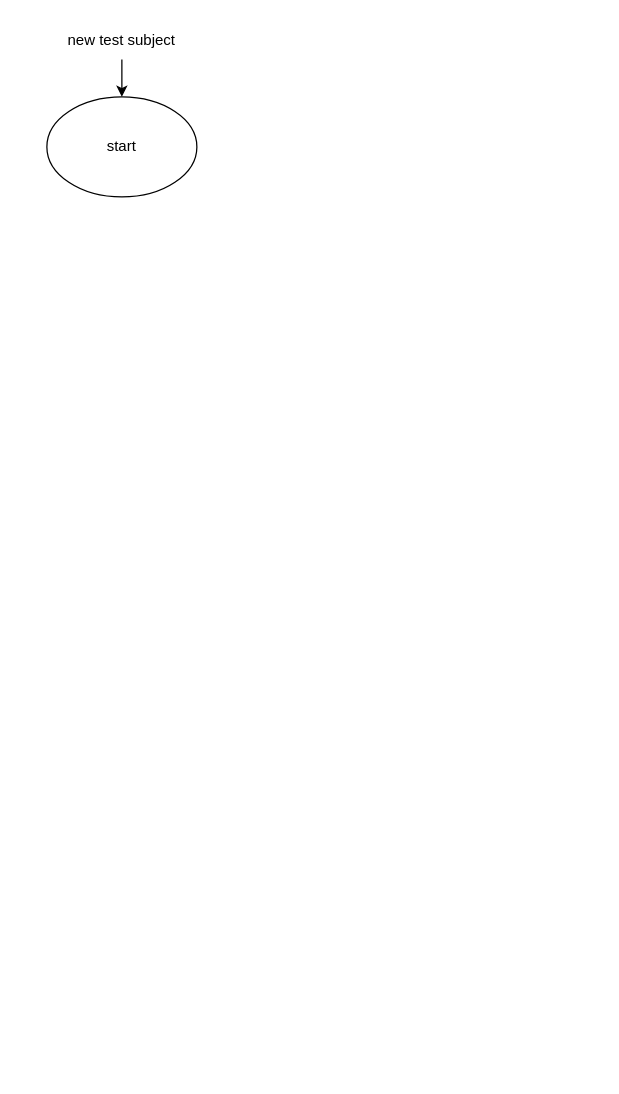
This is page "Page-2" (2 of 2) of part 2/main.dio from 0xSparky/ENTRY_TICKET, a draw.io file, before an edit. Source tidied: cells renumbered, new cells numbered last; positions are measured from the earlier drawing's top-left corner, leaving out a move shared by most shapes. Both pictures are drawn from the tidied source at 125%, with x=0, y=0 at pixel (21, 21).
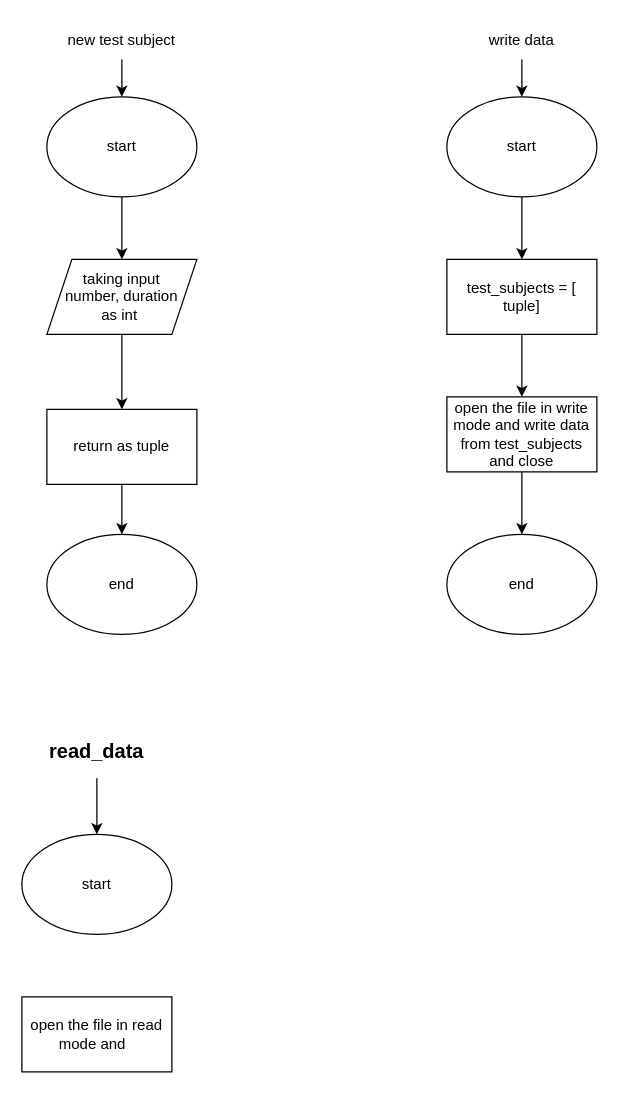
The same diagram, later.

Unchanged cells that the change refers to:
```xml
<mxCell id="2" value="start" style="ellipse;whiteSpace=wrap;html=1;" parent="1" vertex="1">
  <mxGeometry x="20" y="60" width="120" height="80" as="geometry" />
</mxCell>
```

Change to the diagram source:
```diff
@@
+    <mxCell id="5" style="edgeStyle=none;html=1;entryX=0.5;entryY=0;entryDx=0;entryDy=0;" parent="1" edge="1" source="2" target="7">
+      <mxGeometry relative="1" as="geometry" />
+    </mxCell>
@@
+    <mxCell id="6" style="edgeStyle=none;html=1;" parent="1" edge="1" source="7" target="9">
+      <mxGeometry relative="1" as="geometry" />
+    </mxCell>
+    <mxCell id="7" value="taking input&lt;div&gt;number, duration&lt;/div&gt;&lt;div&gt;as int&amp;nbsp;&lt;/div&gt;" style="shape=parallelogram;perimeter=parallelogramPerimeter;whiteSpace=wrap;html=1;fixedSize=1;" parent="1" vertex="1">
+      <mxGeometry x="20" y="190" width="120" height="60" as="geometry" />
+    </mxCell>
+    <mxCell id="8" style="edgeStyle=none;html=1;entryX=0.5;entryY=0;entryDx=0;entryDy=0;" parent="1" edge="1" source="9" target="18">
+      <mxGeometry relative="1" as="geometry" />
+    </mxCell>
+    <mxCell id="9" value="return as tuple" style="rounded=0;whiteSpace=wrap;html=1;" parent="1" vertex="1">
+      <mxGeometry x="20" y="310" width="120" height="60" as="geometry" />
+    </mxCell>
+    <mxCell id="10" style="edgeStyle=none;html=1;entryX=0.5;entryY=0;entryDx=0;entryDy=0;" parent="1" edge="1" source="11" target="13">
+      <mxGeometry relative="1" as="geometry" />
+    </mxCell>
+    <mxCell id="11" value="write data" style="text;html=1;align=center;verticalAlign=middle;whiteSpace=wrap;rounded=0;" parent="1" vertex="1">
+      <mxGeometry x="370" width="60" height="30" as="geometry" />
+    </mxCell>
+    <mxCell id="12" style="edgeStyle=none;html=1;" parent="1" edge="1" source="13" target="15">
+      <mxGeometry relative="1" as="geometry" />
+    </mxCell>
+    <mxCell id="13" value="start" style="ellipse;whiteSpace=wrap;html=1;" parent="1" vertex="1">
+      <mxGeometry x="340" y="60" width="120" height="80" as="geometry" />
+    </mxCell>
+    <mxCell id="14" style="edgeStyle=none;html=1;" parent="1" edge="1" source="15" target="17">
+      <mxGeometry relative="1" as="geometry" />
+    </mxCell>
+    <mxCell id="15" value="test_subjects = [ tuple]" style="rounded=0;whiteSpace=wrap;html=1;" parent="1" vertex="1">
+      <mxGeometry x="340" y="190" width="120" height="60" as="geometry" />
+    </mxCell>
+    <mxCell id="16" style="edgeStyle=none;html=1;entryX=0.5;entryY=0;entryDx=0;entryDy=0;" parent="1" edge="1" source="17" target="19">
+      <mxGeometry relative="1" as="geometry" />
+    </mxCell>
+    <mxCell id="17" value="open the file in write mode and write data from test_subjects and close" style="rounded=0;whiteSpace=wrap;html=1;" parent="1" vertex="1">
+      <mxGeometry x="340" y="300" width="120" height="60" as="geometry" />
+    </mxCell>
+    <mxCell id="18" value="end" style="ellipse;whiteSpace=wrap;html=1;" parent="1" vertex="1">
+      <mxGeometry x="20" y="410" width="120" height="80" as="geometry" />
+    </mxCell>
+    <mxCell id="19" value="end" style="ellipse;whiteSpace=wrap;html=1;" parent="1" vertex="1">
+      <mxGeometry x="340" y="410" width="120" height="80" as="geometry" />
+    </mxCell>
+    <mxCell id="20" style="edgeStyle=none;html=1;entryX=0.5;entryY=0;entryDx=0;entryDy=0;" parent="1" edge="1" source="21" target="22">
+      <mxGeometry relative="1" as="geometry" />
+    </mxCell>
+    <mxCell id="21" value="&#10;&lt;span class=&quot;css-jqjy6f-view--flex-flex&quot; wrap=&quot;no-wrap&quot; direction=&quot;row&quot; dir=&quot;ltr&quot;&gt;&lt;span class=&quot;css-127lj96-view&quot; dir=&quot;ltr&quot;&gt;&lt;strong style=&quot;font-family: inherit; font-size: 1rem;&quot;&gt;read_data&lt;/strong&gt;&lt;/span&gt;&lt;/span&gt;&#10;&#10;" style="text;html=1;align=center;verticalAlign=middle;whiteSpace=wrap;rounded=0;" parent="1" vertex="1">
+      <mxGeometry x="30" y="575" width="60" height="30" as="geometry" />
+    </mxCell>
+    <mxCell id="22" value="start" style="ellipse;whiteSpace=wrap;html=1;" parent="1" vertex="1">
+      <mxGeometry y="650" width="120" height="80" as="geometry" />
+    </mxCell>
+    <mxCell id="23" value="open the file in read mode and&amp;nbsp;&amp;nbsp;" style="rounded=0;whiteSpace=wrap;html=1;" parent="1" vertex="1">
+      <mxGeometry y="780" width="120" height="60" as="geometry" />
+    </mxCell>
```
